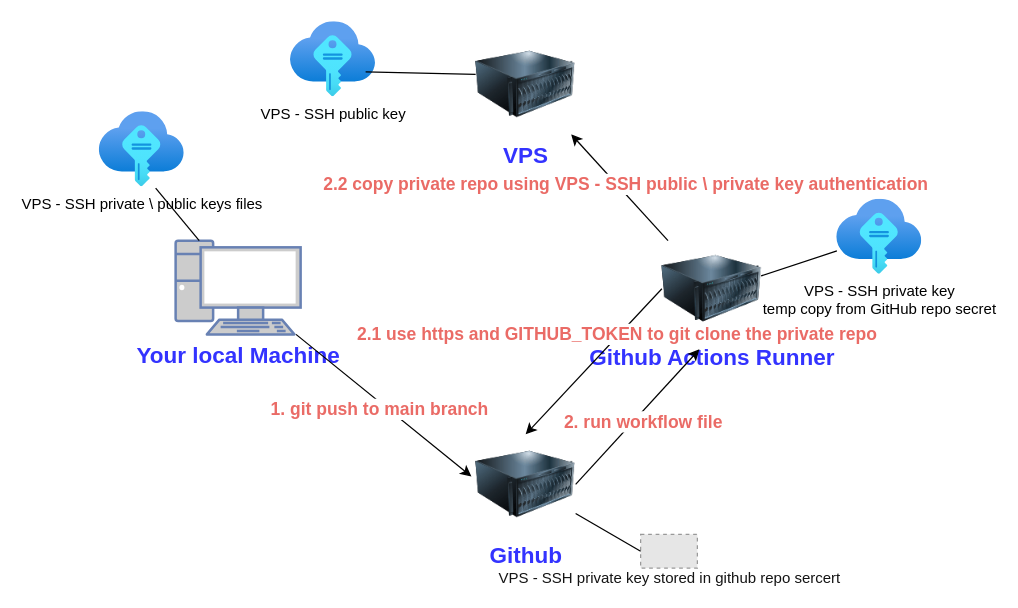
This is figs/high-level-schema.drawio from NathanKr/github-actions-simply-deploy-to-vps, a draw.io file, before an edit. Source tidied: cells renumbered, new cells numbered last; positions are measured from the earlier drawing's top-left corner, leaving out a move shared by most shapes. Both pictures are drawn from the tidied source at 125%, with x=0, y=0 at pixel (99, 21). Pictures stored in the file or linked from it are replaced by grey dashed boxes.
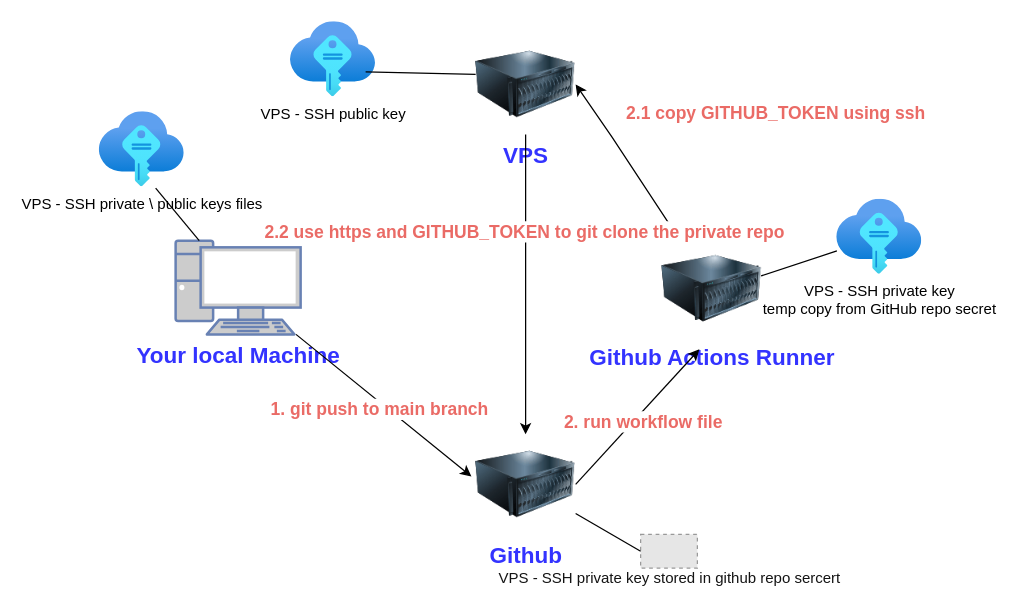
Above is the later version.

The change refers to these unchanged cells:
```xml
<mxCell id="3" value="&lt;font style=&quot;font-size: 18px; color: rgb(51, 51, 255);&quot;&gt;&lt;b style=&quot;&quot;&gt;Github Actions Runner&lt;/b&gt;&lt;/font&gt;" style="image;html=1;image=img/lib/clip_art/computers/Server_128x128.png;" parent="1" vertex="1">
  <mxGeometry x="450" y="175" width="80" height="77" as="geometry" />
</mxCell>
<mxCell id="4" value="&lt;font style=&quot;font-size: 18px; color: rgb(51, 51, 255);&quot;&gt;&lt;b style=&quot;&quot;&gt;VPS&lt;/b&gt;&lt;/font&gt;" style="image;html=1;image=img/lib/clip_art/computers/Server_128x128.png;" parent="1" vertex="1">
  <mxGeometry x="301" y="10" width="80" height="80" as="geometry" />
</mxCell>
<mxCell id="5" value="&lt;font style=&quot;font-size: 18px; color: rgb(51, 51, 255);&quot;&gt;&lt;b style=&quot;&quot;&gt;Github&lt;/b&gt;&lt;/font&gt;" style="image;html=1;image=img/lib/clip_art/computers/Server_128x128.png;" parent="1" vertex="1">
  <mxGeometry x="301" y="330" width="80" height="80" as="geometry" />
</mxCell>
```

Change to the diagram source:
```diff
@@
-    <mxCell id="10" style="endArrow=classic;html=1;rounded=0;" parent="1" edge="1" source="3" target="4">
-      <mxGeometry relative="1" as="geometry" />
+    <mxCell id="10" style="endArrow=classic;html=1;rounded=0;entryX=1;entryY=0.5;entryDx=0;entryDy=0;" parent="1" edge="1" source="3" target="4">
+      <mxGeometry relative="1" as="geometry">
+        <Array as="points">
+          <mxPoint x="410" y="92" />
+        </Array>
+      </mxGeometry>
     </mxCell>
-    <mxCell id="11" value="&lt;font style=&quot;font-size: 14px ; color: rgb(234 , 107 , 102)&quot;&gt;&lt;b&gt;2.2 copy private repo using VPS - SSH public \ private key authentication&lt;/b&gt;&lt;/font&gt;" style="edgeLabel;html=1;align=center;verticalAlign=middle;" parent="10" vertex="1">
-      <mxGeometry x="-0.01" y="-5" relative="1" as="geometry" />
+    <mxCell id="11" value="&lt;font style=&quot;font-size: 14px; color: rgb(234, 107, 102);&quot;&gt;&lt;b&gt;2.1 copy&amp;nbsp;&lt;/b&gt;&lt;/font&gt;&lt;b style=&quot;color: rgb(234, 107, 102); font-size: 14px;&quot;&gt;GITHUB_TOKEN using ssh&lt;/b&gt;" style="edgeLabel;html=1;align=center;verticalAlign=middle;" parent="10" vertex="1">
+      <mxGeometry x="-0.01" y="-5" relative="1" as="geometry">
+        <mxPoint x="112" y="-38" as="offset" />
+      </mxGeometry>
     </mxCell>
@@
-    <mxCell id="20" style="endArrow=classic;html=1;rounded=0;exitX=0;exitY=0.5;exitDx=0;exitDy=0;entryX=0.5;entryY=0;entryDx=0;entryDy=0;" parent="1" edge="1" source="3" target="5">
+    <mxCell id="20" style="endArrow=classic;html=1;rounded=0;entryX=0.5;entryY=0;entryDx=0;entryDy=0;" parent="1" edge="1" source="4" target="5">
       <mxGeometry relative="1" as="geometry" />
     </mxCell>
-    <mxCell id="21" value="&lt;font style=&quot;font-size: 14px ; color: rgb(234 , 107 , 102)&quot;&gt;&lt;b&gt;2.1 use https and GITHUB_TOKEN to git clone the private repo&lt;/b&gt;&lt;/font&gt;" style="edgeLabel;html=1;align=center;verticalAlign=middle;" parent="20" vertex="1">
+    <mxCell id="21" value="&lt;font style=&quot;font-size: 14px; color: rgb(234, 107, 102);&quot;&gt;&lt;b&gt;2.2 use https and GITHUB_TOKEN to git clone the private repo&lt;/b&gt;&lt;/font&gt;" style="edgeLabel;html=1;align=center;verticalAlign=middle;" parent="20" vertex="1">
       <mxGeometry x="-0.36" y="-2" relative="1" as="geometry" />
     </mxCell>
```
